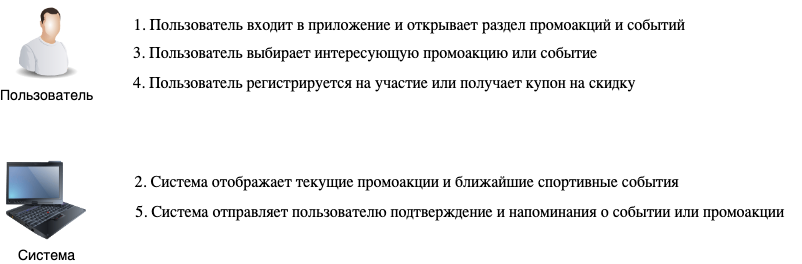
The draw.io diagram images/6-fitness-device-integration.png in edenisn/software_architect_docs, before a commit. Source tidied: cells renumbered, new cells last; positions are measured from the earlier drawing's top-left corner, leaving out a move shared by most shapes.
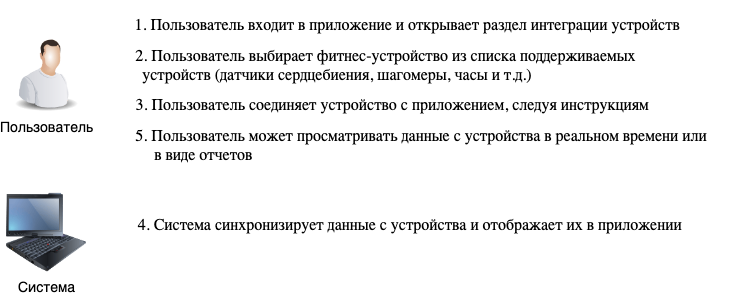
The same file after the commit.

The edit, as a diff of the source:
```diff
@@ -8,20 +8,20 @@
     <mxCell id="3" value="&lt;font style=&quot;font-size: 14px;&quot;&gt;Пользователь&lt;/font&gt;" style="image;html=1;image=img/lib/clip_art/people/Worker_Man_128x128.png;" parent="1" vertex="1">
       <mxGeometry width="80" height="80" as="geometry" />
     </mxCell>
-    <mxCell id="4" value="&lt;p style=&quot;margin-bottom: 0cm; direction: ltr; line-height: 18.4px; text-align: left; background: transparent; font-family: &amp;quot;Liberation Serif&amp;quot;, serif; font-size: 12pt; margin-left: 1.25cm; text-indent: -0.5cm;&quot; align=&quot;left&quot; class=&quot;western&quot;&gt;&amp;nbsp; &amp;nbsp;1.&amp;nbsp;&lt;span style=&quot;background-color: transparent; font-size: 12pt; text-indent: -0.5cm;&quot;&gt;Пользователь входит в приложение и открывает раздел промоакций и событий&lt;/span&gt;&lt;/p&gt;" style="text;html=1;align=center;verticalAlign=middle;whiteSpace=wrap;rounded=0;" parent="1" vertex="1">
-      <mxGeometry x="64" y="2" width="638" height="30" as="geometry" />
+    <mxCell id="4" value="&lt;p style=&quot;margin-bottom: 0cm; direction: ltr; line-height: 18.4px; text-align: left; background: transparent; font-family: &amp;quot;Liberation Serif&amp;quot;, serif; font-size: 12pt; margin-left: 1.25cm; text-indent: -0.5cm;&quot; align=&quot;left&quot; class=&quot;western&quot;&gt;&amp;nbsp; &amp;nbsp;1.&amp;nbsp;&lt;span style=&quot;background-color: transparent; font-size: 12pt; text-indent: -0.5cm;&quot;&gt;Пользователь входит в приложение и открывает раздел интеграции устройств&lt;/span&gt;&lt;/p&gt;" style="text;html=1;align=center;verticalAlign=middle;whiteSpace=wrap;rounded=0;" parent="1" vertex="1">
+      <mxGeometry x="62" y="-30" width="638" height="30" as="geometry" />
     </mxCell>
-    <mxCell id="5" value="&lt;p style=&quot;margin-bottom: 0cm; direction: ltr; line-height: 18.4px; text-align: left; background: transparent; font-family: &amp;quot;Liberation Serif&amp;quot;, serif; font-size: 12pt; margin-left: 1.25cm; text-indent: -0.5cm;&quot; align=&quot;left&quot; class=&quot;western&quot;&gt;2.&amp;nbsp;&lt;span style=&quot;background-color: transparent; font-size: 12pt; text-indent: -0.5cm;&quot;&gt;Система отображает текущие промоакции и ближайшие спортивные события&lt;/span&gt;&lt;/p&gt;" style="text;html=1;align=center;verticalAlign=middle;whiteSpace=wrap;rounded=0;" parent="1" vertex="1">
-      <mxGeometry x="50" y="159" width="673" height="30" as="geometry" />
+    <mxCell id="5" value="&lt;p style=&quot;margin-bottom: 0cm; direction: ltr; line-height: 18.4px; text-align: left; background: transparent; font-family: &amp;quot;Liberation Serif&amp;quot;, serif; font-size: 12pt; margin-left: 1.25cm; text-indent: -0.5cm;&quot; align=&quot;left&quot; class=&quot;western&quot;&gt;4.&amp;nbsp;&lt;span style=&quot;background-color: transparent; font-size: 12pt; text-indent: -0.5cm;&quot;&gt;Система синхронизирует данные с устройства и отображает их в приложении&lt;/span&gt;&lt;/p&gt;" style="text;html=1;align=center;verticalAlign=middle;whiteSpace=wrap;rounded=0;" parent="1" vertex="1">
+      <mxGeometry x="53" y="170" width="673" height="30" as="geometry" />
     </mxCell>
-    <mxCell id="6" value="&lt;p style=&quot;margin-bottom: 0cm; direction: ltr; line-height: 18.4px; text-align: left; background: transparent; font-family: &amp;quot;Liberation Serif&amp;quot;, serif; font-size: 12pt; margin-left: 1.25cm; text-indent: -0.5cm;&quot; align=&quot;left&quot; class=&quot;western&quot;&gt;4.&amp;nbsp;&lt;span style=&quot;background-color: transparent; font-size: 12pt; text-indent: -0.5cm;&quot;&gt;Пользователь регистрируется на участие или получает купон на скидку&lt;/span&gt;&lt;/p&gt;" style="text;html=1;align=center;verticalAlign=middle;whiteSpace=wrap;rounded=0;" parent="1" vertex="1">
-      <mxGeometry x="12" y="60" width="704" height="30" as="geometry" />
+    <mxCell id="6" value="&lt;p style=&quot;margin-bottom: 0cm; direction: ltr; line-height: 18.4px; text-align: left; background: transparent; font-family: &amp;quot;Liberation Serif&amp;quot;, serif; font-size: 12pt; margin-left: 1.25cm; text-indent: -0.5cm;&quot; align=&quot;left&quot; class=&quot;western&quot;&gt;3.&amp;nbsp;&lt;span style=&quot;background-color: transparent; font-size: 12pt; text-indent: -0.5cm;&quot;&gt;Пользователь соединяет устройство с приложением, следуя инструкциям&lt;/span&gt;&lt;/p&gt;" style="text;html=1;align=center;verticalAlign=middle;whiteSpace=wrap;rounded=0;" parent="1" vertex="1">
+      <mxGeometry x="20" y="50" width="704" height="30" as="geometry" />
     </mxCell>
-    <mxCell id="7" value="&lt;p style=&quot;margin-bottom: 0cm; direction: ltr; line-height: 18.4px; text-align: left; background: transparent; font-family: &amp;quot;Liberation Serif&amp;quot;, serif; font-size: 12pt; margin-left: 1.25cm; text-indent: -0.5cm;&quot; align=&quot;left&quot; class=&quot;western&quot;&gt;3.&amp;nbsp;&lt;span style=&quot;background-color: transparent; font-size: 12pt; text-indent: -0.5cm;&quot;&gt;Пользователь выбирает интересующую промоакцию или событие&lt;/span&gt;&lt;/p&gt;" style="text;html=1;align=center;verticalAlign=middle;whiteSpace=wrap;rounded=0;" parent="1" vertex="1">
-      <mxGeometry x="26" y="30" width="638" height="30" as="geometry" />
+    <mxCell id="7" value="&lt;p style=&quot;margin-bottom: 0cm; direction: ltr; line-height: 18.4px; text-align: left; background: transparent; font-family: &amp;quot;Liberation Serif&amp;quot;, serif; font-size: 12pt; margin-left: 1.25cm; text-indent: -0.5cm;&quot; align=&quot;left&quot; class=&quot;western&quot;&gt;&amp;nbsp; &amp;nbsp;2.&amp;nbsp;&lt;span style=&quot;background-color: transparent; font-size: 12pt; text-indent: -0.5cm;&quot;&gt;Пользователь выбирает фитнес-устройство из списка поддерживаемых устройств&amp;nbsp;&lt;/span&gt;&lt;span style=&quot;background-color: transparent; font-size: 12pt; text-indent: -0.5cm;&quot;&gt;(датчики сердцебиения, шагомеры, часы и т.д.)&lt;/span&gt;&lt;/p&gt;" style="text;html=1;align=center;verticalAlign=middle;whiteSpace=wrap;rounded=0;" parent="1" vertex="1">
+      <mxGeometry x="88" y="10" width="638" height="30" as="geometry" />
     </mxCell>
-    <mxCell id="8" value="&lt;p style=&quot;margin-bottom: 0cm; direction: ltr; line-height: 18.4px; text-align: left; background: transparent; font-family: &amp;quot;Liberation Serif&amp;quot;, serif; font-size: 12pt; margin-left: 1.25cm; text-indent: -0.5cm;&quot; align=&quot;left&quot; class=&quot;western&quot;&gt;5.&amp;nbsp;&lt;span style=&quot;background-color: transparent; font-size: 12pt; text-indent: -0.5cm;&quot;&gt;Система отправляет пользователю подтверждение и напоминания о событии или промоакции&lt;/span&gt;&lt;/p&gt;" style="text;html=1;align=center;verticalAlign=middle;whiteSpace=wrap;rounded=0;" parent="1" vertex="1">
-      <mxGeometry x="84" y="189" width="711" height="30" as="geometry" />
-    </mxCell>
+    <mxCell id="9" value="&lt;p style=&quot;margin-bottom: 0cm; direction: ltr; line-height: 18.4px; text-align: left; background: transparent; font-family: &amp;quot;Liberation Serif&amp;quot;, serif; font-size: 12pt; margin-left: 1.25cm; text-indent: -0.5cm;&quot; align=&quot;left&quot; class=&quot;western&quot;&gt;5.&amp;nbsp;&lt;span style=&quot;background-color: transparent; font-size: 12pt; text-indent: -0.5cm;&quot;&gt;Пользователь может просматривать данные с устройства в реальном времени или в&amp;nbsp;&lt;/span&gt;&lt;span style=&quot;background-color: transparent; font-size: 12pt; text-indent: -0.5cm;&quot;&gt;виде отчетов&lt;/span&gt;&lt;/p&gt;" style="text;html=1;align=center;verticalAlign=middle;whiteSpace=wrap;rounded=0;" parent="1" vertex="1">
+      <mxGeometry x="100" y="90" width="638" height="30" as="geometry" />
+    </mxCell>
   </root>
 </mxGraphModel>
```
